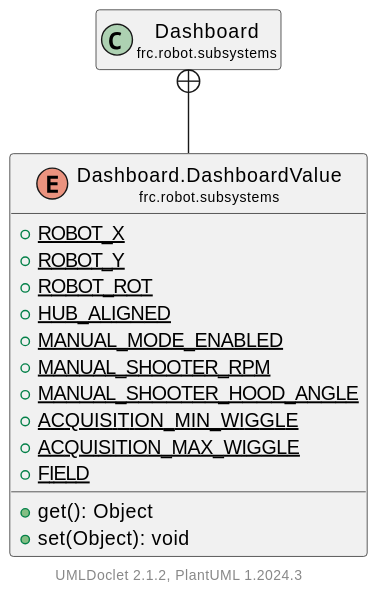
The PlantUML diagram docs/uml/frc/robot/subsystems/Dashboard.DashboardValue.svg in LakotaRobotics1038/2026RobotProject, before a commit. Source of this version:
```plantuml
@startuml
    set namespaceSeparator none
    hide empty fields
    hide empty methods

    enum "<size:14>Dashboard.DashboardValue\n<size:10>frc.robot.subsystems" as frc.robot.subsystems.Dashboard.DashboardValue [[Dashboard.DashboardValue.html]] {
        {static} +ROBOT_X
        {static} +ROBOT_Y
        {static} +ROBOT_ROT
        {static} +HUB_ALIGNED
        {static} +MANUAL_MODE_ENABLED
        {static} +MANUAL_SHOOTER_RPM
        {static} +MANUAL_SHOOTER_HOOD_ANGLE
        {static} +ACQUISITION_MIN_WIGGLE
        {static} +ACQUISITION_MAX_WIGGLE
        {static} +FIELD
        +get(): Object
        +set(Object): void
    }

    class "<size:14>Dashboard\n<size:10>frc.robot.subsystems" as frc.robot.subsystems.Dashboard [[Dashboard.html]]

    frc.robot.subsystems.Dashboard +-- frc.robot.subsystems.Dashboard.DashboardValue
    center footer UMLDoclet 2.1.2, PlantUML %version()
@enduml
```
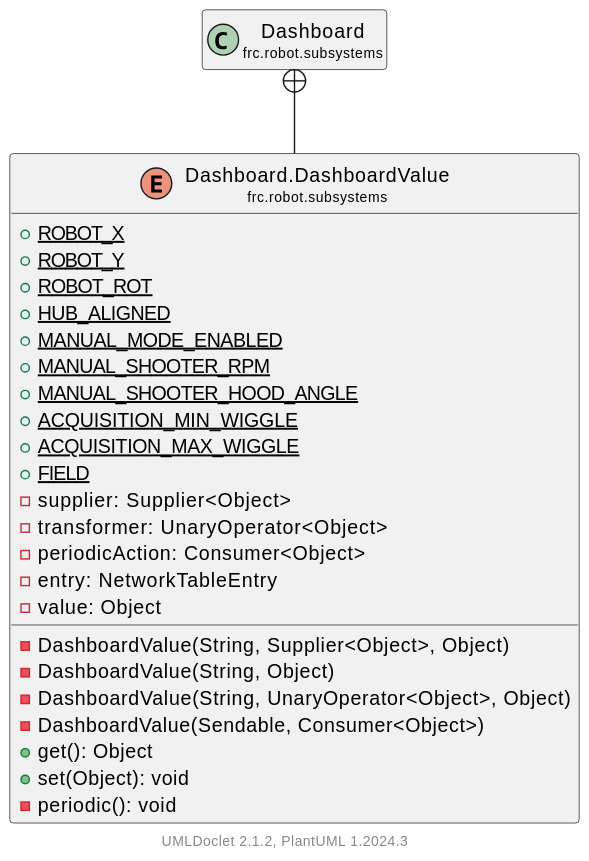
Above is the later version.

Change to the diagram source:
```diff
@@ -14,8 +14,18 @@
         {static} +ACQUISITION_MIN_WIGGLE
         {static} +ACQUISITION_MAX_WIGGLE
         {static} +FIELD
+        -supplier: Supplier<Object>
+        -transformer: UnaryOperator<Object>
+        -periodicAction: Consumer<Object>
+        -entry: NetworkTableEntry
+        -value: Object
+        -DashboardValue(String, Supplier<Object>, Object)
+        -DashboardValue(String, Object)
+        -DashboardValue(String, UnaryOperator<Object>, Object)
+        -DashboardValue(Sendable, Consumer<Object>)
         +get(): Object
         +set(Object): void
+        -periodic(): void
     }
 
     class "<size:14>Dashboard\n<size:10>frc.robot.subsystems" as frc.robot.subsystems.Dashboard [[Dashboard.html]]
```
